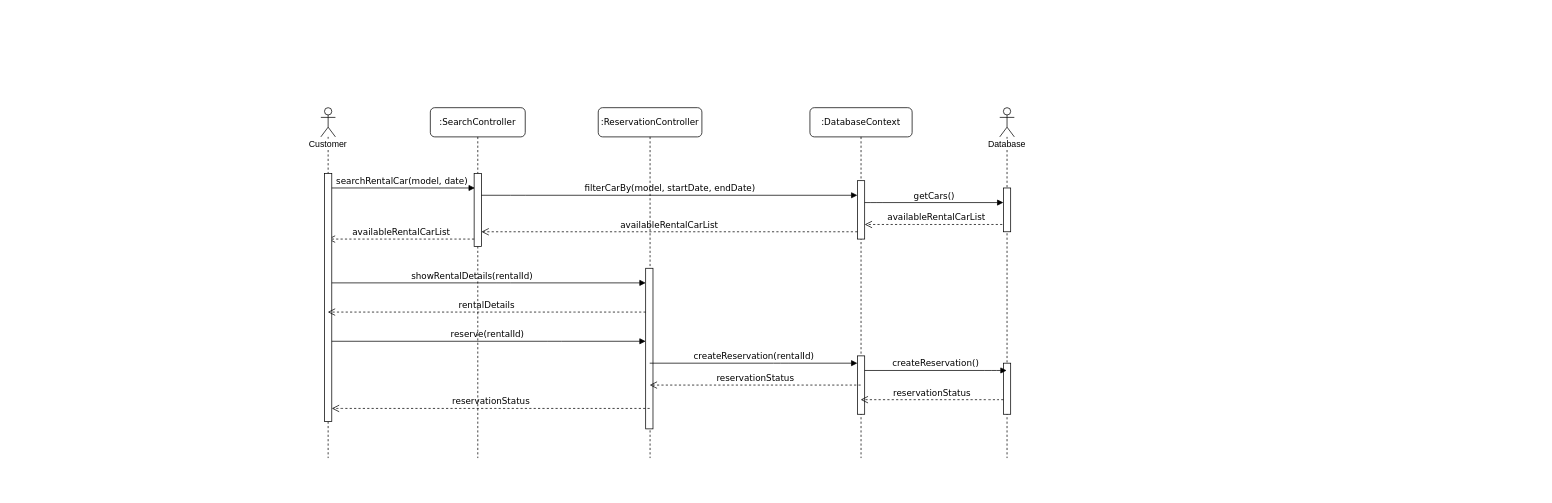
This is Sequence Diagrams/SequenceDiagramReservation.drawio from aysegulsari/SWE-530, a draw.io file, before an edit. Source tidied: cells renumbered, new cells numbered last; positions are measured from the earlier drawing's top-left corner, leaving out a move shared by most shapes. Both pictures are drawn from the tidied source at 73%, with x=0, y=0 at pixel (320, 107).
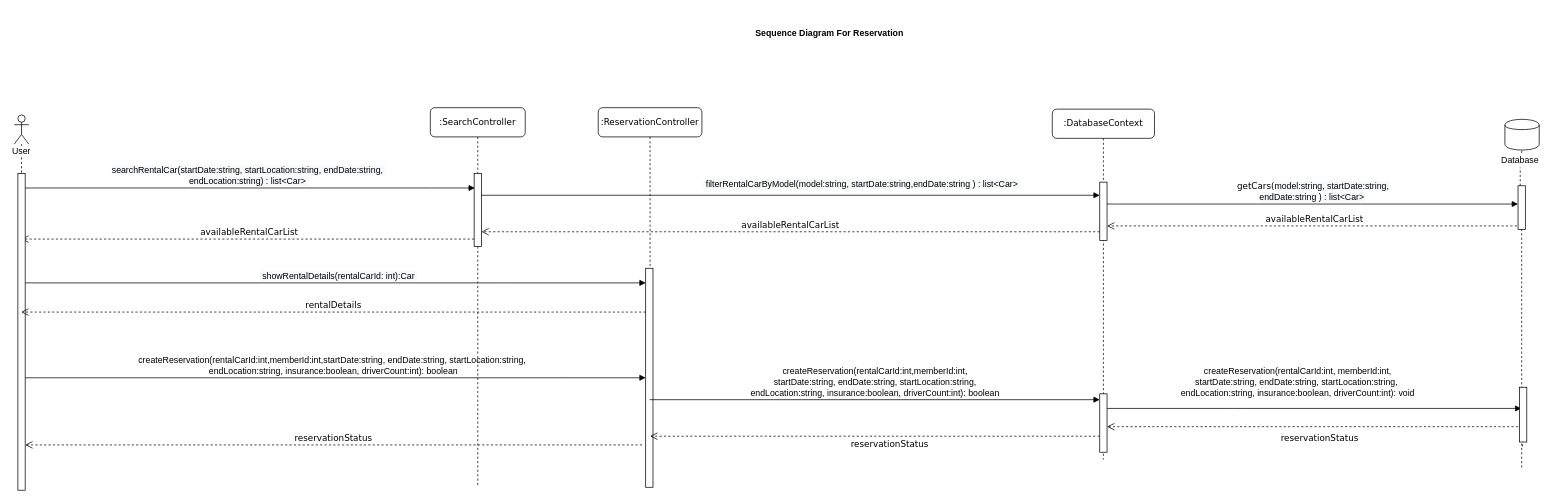
Above is the later version.

Commit message (it also covers changes not shown here):
Seq Diagram for reservation is updated

Unchanged cells that the change refers to:
```xml
<mxCell id="3" style="html=1;points=[];perimeter=orthogonalPerimeter;rounded=0;shadow=0;comic=0;labelBackgroundColor=none;strokeWidth=1;fontFamily=Verdana;fontSize=12;align=center;" parent="2" vertex="1">
  <mxGeometry x="60" y="90" width="10" height="100" as="geometry" />
</mxCell>
<mxCell id="7" style="html=1;points=[];perimeter=orthogonalPerimeter;rounded=0;shadow=0;comic=0;labelBackgroundColor=none;strokeWidth=1;fontFamily=Verdana;fontSize=12;align=center;" parent="6" vertex="1">
  <mxGeometry x="65" y="100" width="10" height="80" as="geometry" />
</mxCell>
```

The edit, as a diff of the source:
```diff
@@
     <mxCell id="2" value=":SearchController" style="shape=umlLifeline;perimeter=lifelinePerimeter;whiteSpace=wrap;html=1;rounded=1;shadow=0;comic=0;labelBackgroundColor=none;strokeWidth=1;fontFamily=Verdana;fontSize=12;align=center;" parent="1" vertex="1">
-      <mxGeometry x="150" width="130" height="480" as="geometry" />
+      <mxGeometry x="150" width="130" height="520" as="geometry" />
     </mxCell>
@@
     <mxCell id="4" value=":ReservationController" style="shape=umlLifeline;perimeter=lifelinePerimeter;whiteSpace=wrap;html=1;outlineConnect=0;rounded=1;shadow=0;comic=0;labelBackgroundColor=none;strokeWidth=1;fontFamily=Verdana;fontSize=12;align=center;" parent="1" vertex="1">
-      <mxGeometry x="380" width="142" height="480" as="geometry" />
+      <mxGeometry x="380" width="142" height="520" as="geometry" />
     </mxCell>
     <mxCell id="5" style="html=1;points=[];perimeter=orthogonalPerimeter;rounded=0;shadow=0;comic=0;labelBackgroundColor=none;strokeWidth=1;fontFamily=Verdana;fontSize=12;align=center;" parent="4" vertex="1">
-      <mxGeometry x="65" y="220" width="10" height="220" as="geometry" />
+      <mxGeometry x="65" y="220" width="10" height="300" as="geometry" />
     </mxCell>
     <mxCell id="6" value=":DatabaseContext" style="shape=umlLifeline;perimeter=lifelinePerimeter;whiteSpace=wrap;html=1;outlineConnect=0;rounded=1;shadow=0;comic=0;labelBackgroundColor=none;strokeWidth=1;fontFamily=Verdana;fontSize=12;align=center;" parent="1" vertex="1">
-      <mxGeometry x="670" width="140" height="480" as="geometry" />
+      <mxGeometry x="1002" y="2" width="140" height="480" as="geometry" />
     </mxCell>
@@
     <mxCell id="8" style="html=1;points=[];perimeter=orthogonalPerimeter;rounded=0;shadow=0;comic=0;labelBackgroundColor=none;strokeWidth=1;fontFamily=Verdana;fontSize=12;align=center;" parent="6" vertex="1">
-      <mxGeometry x="65" y="340" width="10" height="80" as="geometry" />
+      <mxGeometry x="65" y="390" width="10" height="80" as="geometry" />
     </mxCell>
-    <mxCell id="9" value="reserve(rentalId)" style="html=1;verticalAlign=bottom;endArrow=block;labelBackgroundColor=none;fontFamily=Verdana;fontSize=12;edgeStyle=elbowEdgeStyle;elbow=vertical;" parent="1" edge="1" source="16" target="5">
+    <mxCell id="9" value="&lt;span style=&quot;font-family: &amp;#34;helvetica&amp;#34; ; text-align: left&quot;&gt;createReservation(rentalCarId:int,memberId:int,startDate:string, endDate:string, startLocation:string,&amp;nbsp;&lt;/span&gt;&lt;br style=&quot;padding: 0px ; margin: 0px ; font-family: &amp;#34;helvetica&amp;#34; ; text-align: left&quot;&gt;&lt;span style=&quot;font-family: &amp;#34;helvetica&amp;#34; ; text-align: left&quot;&gt;endLocation:string, insurance:boolean, driverCount:int): boolean&lt;/span&gt;" style="html=1;verticalAlign=bottom;endArrow=block;labelBackgroundColor=none;fontFamily=Verdana;fontSize=12;edgeStyle=elbowEdgeStyle;elbow=vertical;" parent="1" edge="1">
       <mxGeometry relative="1" as="geometry">
+        <mxPoint x="-410.5" y="370" as="sourcePoint" />
+        <mxPoint x="445" y="370" as="targetPoint" />
         <Array as="points">
-          <mxPoint x="320" y="320" />
-          <mxPoint x="350" y="290" />
-          <mxPoint x="430" y="270" />
-          <mxPoint x="380" y="150" />
+          <mxPoint x="320" y="370" />
+          <mxPoint x="350" y="340" />
+          <mxPoint x="430" y="320" />
+          <mxPoint x="380" y="200" />
         </Array>
       </mxGeometry>
     </mxCell>
-    <mxCell id="10" value="filterCarBy(model, startDate, endDate)" style="html=1;verticalAlign=bottom;endArrow=block;labelBackgroundColor=none;fontFamily=Verdana;fontSize=12;edgeStyle=elbowEdgeStyle;elbow=vertical;" parent="1" edge="1" source="3" target="7">
-      <mxGeometry relative="1" as="geometry">
+    <mxCell id="10" value="&lt;span style=&quot;font-family: &amp;#34;helvetica&amp;#34; ; text-align: left ; background-color: rgb(248 , 249 , 250)&quot;&gt;&amp;nbsp;filterRentalCarByModel(model:string,&amp;nbsp;startDate:string,&lt;/span&gt;&lt;span style=&quot;font-family: &amp;#34;helvetica&amp;#34; ; text-align: left ; background-color: rgb(248 , 249 , 250)&quot;&gt;endDate:string&amp;nbsp;) : list&amp;lt;Car&amp;gt;&amp;nbsp;&lt;/span&gt;" style="html=1;verticalAlign=bottom;endArrow=block;labelBackgroundColor=none;fontFamily=Verdana;fontSize=12;edgeStyle=elbowEdgeStyle;elbow=vertical;" parent="1" edge="1" source="3" target="7">
+      <mxGeometry x="0.23" y="6" relative="1" as="geometry">
         <Array as="points">
           <mxPoint x="270" y="120" />
           <mxPoint x="680" y="130" />
           <mxPoint x="610" y="115" />
         </Array>
       </mxGeometry>
     </mxCell>
-    <mxCell id="11" value="availableRentalCarList" style="html=1;verticalAlign=bottom;endArrow=open;dashed=1;endSize=8;labelBackgroundColor=none;fontFamily=Verdana;fontSize=12;edgeStyle=elbowEdgeStyle;elbow=vertical;" parent="1" edge="1" source="3" target="16">
+    <mxCell id="11" value="&lt;span style=&quot;font-family: &amp;#34;helvetica&amp;#34; ; text-align: left&quot;&gt;&amp;nbsp;&lt;/span&gt;availableRentalCarList" style="html=1;verticalAlign=bottom;endArrow=open;dashed=1;endSize=8;labelBackgroundColor=none;fontFamily=Verdana;fontSize=12;edgeStyle=elbowEdgeStyle;elbow=vertical;" parent="1" edge="1" source="3" target="16">
       <mxGeometry relative="1" as="geometry">
         <Array as="points">
           <mxPoint x="150" y="180" />
           <mxPoint x="160" y="170" />
           <mxPoint x="110" y="144" />
           <mxPoint x="150" y="127" />
           <mxPoint x="620" y="190" />
         </Array>
       </mxGeometry>
     </mxCell>
-    <mxCell id="12" value="getCars()" style="html=1;verticalAlign=bottom;endArrow=block;labelBackgroundColor=none;fontFamily=Verdana;fontSize=12;" parent="1" edge="1" source="7" target="19">
+    <mxCell id="12" value="getCars(&lt;span style=&quot;font-family: &amp;#34;helvetica&amp;#34; ; text-align: left ; background-color: rgb(248 , 249 , 250)&quot;&gt;model:string,&amp;nbsp;startDate:string,&lt;/span&gt;&lt;br style=&quot;padding: 0px ; margin: 0px ; font-family: &amp;#34;helvetica&amp;#34; ; text-align: left ; background-color: rgb(248 , 249 , 250)&quot;&gt;&lt;span style=&quot;font-family: &amp;#34;helvetica&amp;#34; ; text-align: left ; background-color: rgb(248 , 249 , 250)&quot;&gt;endDate:string&amp;nbsp;) : list&amp;lt;Car&amp;gt;&amp;nbsp;&lt;/span&gt;" style="html=1;verticalAlign=bottom;endArrow=block;labelBackgroundColor=none;fontFamily=Verdana;fontSize=12;" parent="1" edge="1" source="7">
       <mxGeometry relative="1" as="geometry">
+        <mxPoint x="1640" y="132" as="targetPoint" />
         <Array as="points">
-          <mxPoint x="760" y="130" />
+          <mxPoint x="1092" y="132" />
         </Array>
       </mxGeometry>
     </mxCell>
-    <mxCell id="13" value="availableRentalCarList" style="html=1;verticalAlign=bottom;endArrow=open;dashed=1;endSize=8;labelBackgroundColor=none;fontFamily=Verdana;fontSize=12;edgeStyle=elbowEdgeStyle;elbow=vertical;" parent="1" edge="1" source="18" target="7">
+    <mxCell id="13" value="availableRentalCarList" style="html=1;verticalAlign=bottom;endArrow=open;dashed=1;endSize=8;labelBackgroundColor=none;fontFamily=Verdana;fontSize=12;edgeStyle=elbowEdgeStyle;elbow=vertical;" parent="1" edge="1" target="7">
       <mxGeometry relative="1" as="geometry">
+        <mxPoint x="1644.5" y="162" as="sourcePoint" />
         <Array as="points">
-          <mxPoint x="820" y="160" />
-          <mxPoint x="760" y="151" />
+          <mxPoint x="1152" y="162" />
+          <mxPoint x="1092" y="153" />
         </Array>
       </mxGeometry>
     </mxCell>
-    <mxCell id="14" value="searchRentalCar(model, date)" style="html=1;verticalAlign=bottom;endArrow=block;labelBackgroundColor=none;fontFamily=Verdana;fontSize=12;edgeStyle=elbowEdgeStyle;elbow=vertical;" parent="1" edge="1" source="16">
+    <mxCell id="14" value="&lt;span style=&quot;font-family: &amp;#34;helvetica&amp;#34; ; text-align: left ; background-color: rgb(248 , 249 , 250)&quot;&gt;searchRentalCar(startDate:string, startLocation:string, endDate:string,&amp;nbsp;&lt;/span&gt;&lt;br style=&quot;padding: 0px ; margin: 0px ; font-family: &amp;#34;helvetica&amp;#34; ; text-align: left ; background-color: rgb(248 , 249 , 250)&quot;&gt;&lt;span style=&quot;font-family: &amp;#34;helvetica&amp;#34; ; text-align: left ; background-color: rgb(248 , 249 , 250)&quot;&gt;endLocation:string) : list&amp;lt;Car&amp;gt;&amp;nbsp;&lt;/span&gt;" style="html=1;verticalAlign=bottom;endArrow=block;labelBackgroundColor=none;fontFamily=Verdana;fontSize=12;edgeStyle=elbowEdgeStyle;elbow=vertical;" parent="1" edge="1" source="16">
       <mxGeometry relative="1" as="geometry">
         <mxPoint x="211" y="110" as="targetPoint" />
         <Array as="points">
           <mxPoint x="160" y="110" />
         </Array>
       </mxGeometry>
     </mxCell>
-    <mxCell id="15" value="showRentalDetails(rentalId)" style="html=1;verticalAlign=bottom;endArrow=block;labelBackgroundColor=none;fontFamily=Verdana;fontSize=12;edgeStyle=elbowEdgeStyle;elbow=vertical;" parent="1" edge="1" source="16" target="5">
+    <mxCell id="15" value="&lt;span style=&quot;font-family: &amp;#34;helvetica&amp;#34; ; text-align: left ; background-color: rgb(248 , 249 , 250)&quot;&gt;&lt;br&gt;&amp;nbsp;showRentalDetails(rentalCarId: int):Car&amp;nbsp;&lt;/span&gt;" style="html=1;verticalAlign=bottom;endArrow=block;labelBackgroundColor=none;fontFamily=Verdana;fontSize=12;edgeStyle=elbowEdgeStyle;elbow=vertical;" parent="1" edge="1" source="16" target="5">
       <mxGeometry x="0.13" y="-50" relative="1" as="geometry">
         <Array as="points">
           <mxPoint x="250" y="240" />
           <mxPoint x="110" y="190" />
           <mxPoint x="300" y="170" />
         </Array>
         <mxPoint x="-49" y="-50" as="offset" />
       </mxGeometry>
     </mxCell>
-    <mxCell id="16" value="Customer" style="shape=umlLifeline;participant=umlActor;perimeter=lifelinePerimeter;whiteSpace=wrap;html=1;verticalAlign=top;spacingTop=36;labelBackgroundColor=#ffffff;outlineConnect=0;" parent="1" vertex="1">
-      <mxGeometry width="20" height="480" as="geometry" />
+    <mxCell id="16" value="User" style="shape=umlLifeline;participant=umlActor;perimeter=lifelinePerimeter;whiteSpace=wrap;html=1;verticalAlign=top;spacingTop=36;labelBackgroundColor=#ffffff;outlineConnect=0;" parent="1" vertex="1">
+      <mxGeometry x="-420" y="10" width="20" height="514" as="geometry" />
     </mxCell>
     <mxCell id="17" style="html=1;points=[];perimeter=orthogonalPerimeter;rounded=0;shadow=0;comic=0;labelBackgroundColor=none;strokeWidth=1;fontFamily=Verdana;fontSize=12;align=center;" parent="16" vertex="1">
-      <mxGeometry x="5" y="90" width="10" height="340" as="geometry" />
+      <mxGeometry x="5" y="80" width="10" height="434" as="geometry" />
     </mxCell>
-    <mxCell id="18" value="Database" style="shape=umlLifeline;participant=umlActor;perimeter=lifelinePerimeter;whiteSpace=wrap;html=1;verticalAlign=top;spacingTop=36;labelBackgroundColor=#ffffff;outlineConnect=0;" parent="1" vertex="1">
-      <mxGeometry x="930" width="20" height="480" as="geometry" />
-    </mxCell>
-    <mxCell id="19" style="html=1;points=[];perimeter=orthogonalPerimeter;rounded=0;shadow=0;comic=0;labelBackgroundColor=none;strokeColor=#000000;strokeWidth=1;fillColor=#FFFFFF;fontFamily=Verdana;fontSize=12;fontColor=#000000;align=center;" parent="18" vertex="1">
-      <mxGeometry x="5" y="110" width="10" height="60" as="geometry" />
-    </mxCell>
-    <mxCell id="20" style="html=1;points=[];perimeter=orthogonalPerimeter;rounded=0;shadow=0;comic=0;labelBackgroundColor=none;strokeWidth=1;fontFamily=Verdana;fontSize=12;align=center;" parent="18" vertex="1">
-      <mxGeometry x="5" y="350" width="10" height="70" as="geometry" />
-    </mxCell>
@@
-    <mxCell id="23" value="createReservation(rentalId)" style="html=1;verticalAlign=bottom;endArrow=block;labelBackgroundColor=none;fontFamily=Verdana;fontSize=12;edgeStyle=elbowEdgeStyle;elbow=vertical;" parent="1" edge="1" source="4" target="8">
+    <mxCell id="23" value="&lt;span style=&quot;font-family: &amp;#34;helvetica&amp;#34; ; text-align: left&quot;&gt;createReservation(rentalCarId:int,&lt;/span&gt;&lt;span style=&quot;font-family: &amp;#34;helvetica&amp;#34; ; text-align: left&quot;&gt;memberId:int,&lt;/span&gt;&lt;span style=&quot;font-family: &amp;#34;helvetica&amp;#34; ; text-align: left&quot;&gt;&lt;br&gt;&amp;nbsp;startDate:string, endDate:string, startLocation:string,&amp;nbsp;&lt;/span&gt;&lt;br style=&quot;padding: 0px ; margin: 0px ; font-family: &amp;#34;helvetica&amp;#34; ; text-align: left&quot;&gt;&lt;span style=&quot;font-family: &amp;#34;helvetica&amp;#34; ; text-align: left&quot;&gt;endLocation:string, insurance:boolean, driverCount:int): boolean&lt;/span&gt;" style="html=1;verticalAlign=bottom;endArrow=block;labelBackgroundColor=none;fontFamily=Verdana;fontSize=12;edgeStyle=elbowEdgeStyle;elbow=vertical;" parent="1" edge="1" target="8">
       <mxGeometry relative="1" as="geometry">
+        <mxPoint x="450.5" y="400" as="sourcePoint" />
         <Array as="points">
-          <mxPoint x="630" y="350" />
-          <mxPoint x="765" y="340" />
-          <mxPoint x="795" y="310" />
-          <mxPoint x="875" y="290" />
-          <mxPoint x="825" y="170" />
+          <mxPoint x="630" y="400" />
+          <mxPoint x="765" y="390" />
+          <mxPoint x="795" y="360" />
+          <mxPoint x="875" y="340" />
+          <mxPoint x="825" y="220" />
         </Array>
       </mxGeometry>
     </mxCell>
-    <mxCell id="24" value="reservationStatus" style="html=1;verticalAlign=bottom;endArrow=open;dashed=1;endSize=8;labelBackgroundColor=none;fontFamily=Verdana;fontSize=12;edgeStyle=elbowEdgeStyle;elbow=vertical;" parent="1" edge="1" source="6" target="4">
-      <mxGeometry relative="1" as="geometry">
+    <mxCell id="24" value="reservationStatus" style="html=1;verticalAlign=bottom;endArrow=open;dashed=1;endSize=8;labelBackgroundColor=none;fontFamily=Verdana;fontSize=12;edgeStyle=elbowEdgeStyle;elbow=vertical;" parent="1" edge="1" source="8">
+      <mxGeometry x="-0.03" y="22" relative="1" as="geometry">
+        <mxPoint x="451" y="450" as="targetPoint" />
         <Array as="points">
-          <mxPoint x="600" y="380" />
-          <mxPoint x="615" y="371" />
+          <mxPoint x="600" y="450" />
+          <mxPoint x="615" y="421" />
         </Array>
+        <mxPoint x="11" y="-2" as="offset" />
       </mxGeometry>
     </mxCell>
-    <mxCell id="25" value="reservationStatus" style="html=1;verticalAlign=bottom;endArrow=open;dashed=1;endSize=8;labelBackgroundColor=none;fontFamily=Verdana;fontSize=12;edgeStyle=elbowEdgeStyle;elbow=vertical;" parent="1" edge="1" source="4" target="17">
+    <mxCell id="25" value="reservationStatus" style="html=1;verticalAlign=bottom;endArrow=open;dashed=1;endSize=8;labelBackgroundColor=none;fontFamily=Verdana;fontSize=12;edgeStyle=elbowEdgeStyle;elbow=vertical;" parent="1" edge="1">
       <mxGeometry relative="1" as="geometry">
+        <mxPoint x="440" y="462" as="sourcePoint" />
+        <mxPoint x="-405" y="462" as="targetPoint" />
         <Array as="points">
-          <mxPoint x="20" y="412" />
-          <mxPoint x="265" y="401" />
+          <mxPoint x="20" y="462" />
+          <mxPoint x="265" y="451" />
         </Array>
       </mxGeometry>
     </mxCell>
-    <mxCell id="26" value="createReservation()" style="html=1;verticalAlign=bottom;endArrow=block;labelBackgroundColor=none;fontFamily=Verdana;fontSize=12;edgeStyle=elbowEdgeStyle;elbow=vertical;" parent="1" edge="1" source="8" target="18">
-      <mxGeometry relative="1" as="geometry">
+    <mxCell id="26" value="&lt;span style=&quot;font-family: &amp;#34;helvetica&amp;#34; ; text-align: left&quot;&gt;createReservation(rentalCarId:int,&amp;nbsp;&lt;/span&gt;&lt;span style=&quot;font-family: &amp;#34;helvetica&amp;#34; ; text-align: left&quot;&gt;memberId:int,&lt;/span&gt;&lt;span style=&quot;font-family: &amp;#34;helvetica&amp;#34; ; text-align: left&quot;&gt;&lt;br&gt;startDate:string, endDate:string, startLocation:string,&amp;nbsp;&lt;/span&gt;&lt;br style=&quot;padding: 0px ; margin: 0px ; font-family: &amp;#34;helvetica&amp;#34; ; text-align: left&quot;&gt;&lt;span style=&quot;font-family: &amp;#34;helvetica&amp;#34; ; text-align: left&quot;&gt;endLocation:string, insurance:boolean, driverCount:int): void&lt;/span&gt;" style="html=1;verticalAlign=bottom;endArrow=block;labelBackgroundColor=none;fontFamily=Verdana;fontSize=12;edgeStyle=elbowEdgeStyle;elbow=vertical;" parent="1" edge="1" source="8">
+      <mxGeometry x="0.1" y="53" relative="1" as="geometry">
+        <mxPoint x="1644.5" y="412" as="targetPoint" />
         <Array as="points">
-          <mxPoint x="919.5" y="360" />
-          <mxPoint x="1054.5" y="350" />
-          <mxPoint x="1084.5" y="320" />
-          <mxPoint x="1164.5" y="300" />
-          <mxPoint x="1114.5" y="180" />
+          <mxPoint x="1251.5" y="412" />
+          <mxPoint x="1386.5" y="402" />
+          <mxPoint x="1416.5" y="372" />
+          <mxPoint x="1496.5" y="352" />
+          <mxPoint x="1446.5" y="232" />
         </Array>
+        <mxPoint x="-51" y="41" as="offset" />
       </mxGeometry>
     </mxCell>
-    <mxCell id="27" value="reservationStatus" style="html=1;verticalAlign=bottom;endArrow=open;dashed=1;endSize=8;labelBackgroundColor=none;fontFamily=Verdana;fontSize=12;edgeStyle=elbowEdgeStyle;elbow=vertical;" parent="1" edge="1" source="20" target="6">
-      <mxGeometry relative="1" as="geometry">
+    <mxCell id="27" value="reservationStatus" style="html=1;verticalAlign=bottom;endArrow=open;dashed=1;endSize=8;labelBackgroundColor=none;fontFamily=Verdana;fontSize=12;edgeStyle=elbowEdgeStyle;elbow=vertical;" parent="1" edge="1" target="8">
+      <mxGeometry y="27" relative="1" as="geometry">
+        <mxPoint x="1640" y="437" as="sourcePoint" />
         <Array as="points">
-          <mxPoint x="920" y="400" />
-          <mxPoint x="610" y="390" />
-          <mxPoint x="625" y="381" />
+          <mxPoint x="1172" y="437" />
+          <mxPoint x="1252" y="452" />
+          <mxPoint x="942" y="442" />
+          <mxPoint x="957" y="433" />
         </Array>
+        <mxPoint x="10" y="-2" as="offset" />
       </mxGeometry>
     </mxCell>
+    <mxCell id="28" value="&lt;b&gt;Sequence Diagram For Reservation&lt;/b&gt;" style="text;html=1;strokeColor=none;fillColor=none;align=center;verticalAlign=middle;whiteSpace=wrap;rounded=0;" parent="1" vertex="1">
+      <mxGeometry x="478" y="-130" width="438" height="55" as="geometry" />
+    </mxCell>
+    <mxCell id="29" style="shape=cylinder;whiteSpace=wrap;html=1;boundedLbl=1;backgroundOutline=1;" parent="1" vertex="1">
+      <mxGeometry x="1622" y="16" width="47" height="42" as="geometry" />
+    </mxCell>
+    <mxCell id="30" style="endArrow=none;dashed=1;html=1;entryX=0.5;entryY=1;entryDx=0;entryDy=0;" parent="1" edge="1" source="18" target="29">
+      <mxGeometry relative="1" as="geometry" />
+    </mxCell>
+    <mxCell id="31" style="html=1;points=[];perimeter=orthogonalPerimeter;rounded=0;shadow=0;comic=0;labelBackgroundColor=none;strokeColor=#000000;strokeWidth=1;fillColor=#FFFFFF;fontFamily=Verdana;fontSize=12;fontColor=#000000;align=center;" parent="1" vertex="1">
+      <mxGeometry x="1640" y="107" width="10" height="60" as="geometry" />
+    </mxCell>
+    <mxCell id="32" style="endArrow=none;dashed=1;html=1;entryX=0.5;entryY=1;entryDx=0;entryDy=0;" parent="1" edge="1" target="31">
+      <mxGeometry relative="1" as="geometry">
+        <mxPoint x="1645" y="493" as="sourcePoint" />
+      </mxGeometry>
+    </mxCell>
+    <mxCell id="33" style="html=1;points=[];perimeter=orthogonalPerimeter;rounded=0;shadow=0;comic=0;labelBackgroundColor=none;strokeColor=#000000;strokeWidth=1;fillColor=#FFFFFF;fontFamily=Verdana;fontSize=12;fontColor=#000000;align=center;" parent="1" vertex="1">
+      <mxGeometry x="1642" y="383" width="10" height="75" as="geometry" />
+    </mxCell>
+    <mxCell id="34" style="endArrow=none;dashed=1;html=1;entryX=0.5;entryY=1;entryDx=0;entryDy=0;" parent="1" edge="1" target="33">
+      <mxGeometry relative="1" as="geometry">
+        <mxPoint x="1646" y="464" as="sourcePoint" />
+      </mxGeometry>
+    </mxCell>
+    <mxCell id="18" value="Database" style="text;html=1;strokeColor=none;fillColor=none;align=center;verticalAlign=middle;whiteSpace=wrap;rounded=0;" parent="1" vertex="1">
+      <mxGeometry x="1623" y="62" width="40" height="20" as="geometry" />
+    </mxCell>
+    <mxCell id="35" style="endArrow=none;dashed=1;html=1;entryX=0.5;entryY=1;entryDx=0;entryDy=0;" parent="1" edge="1" source="31" target="18">
+      <mxGeometry relative="1" as="geometry" />
+    </mxCell>
```
